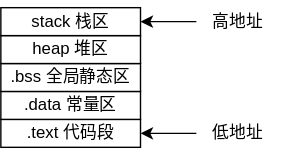
Before: source/image/C++/内存布局.svg, a diagram exported from draw.io (CcooLcyy/CcooLcyy.github.io). Source tidied: cells renumbered, new cells last; positions are measured from the earlier drawing's top-left corner, leaving out a move shared by most shapes.
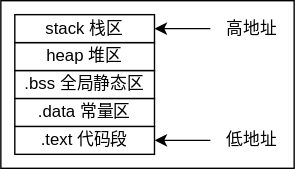
Later version of the same file.

Commit message:
C++ svg图像边框，防止黑暗模式下显示问题

Diff of the diagram source:
```diff
@@ -2,6 +2,9 @@
   <root>
     <mxCell id="0" />
     <mxCell id="1" parent="0" />
+    <mxCell id="11" style="rounded=0;whiteSpace=wrap;html=1;" parent="1" vertex="1">
+      <mxGeometry x="-10" y="-5" width="210" height="120" as="geometry" />
+    </mxCell>
     <mxCell id="2" value=".text 代码段" style="rounded=0;whiteSpace=wrap;html=1;" parent="1" vertex="1">
       <mxGeometry y="85" width="100" height="20" as="geometry" />
     </mxCell>
```
